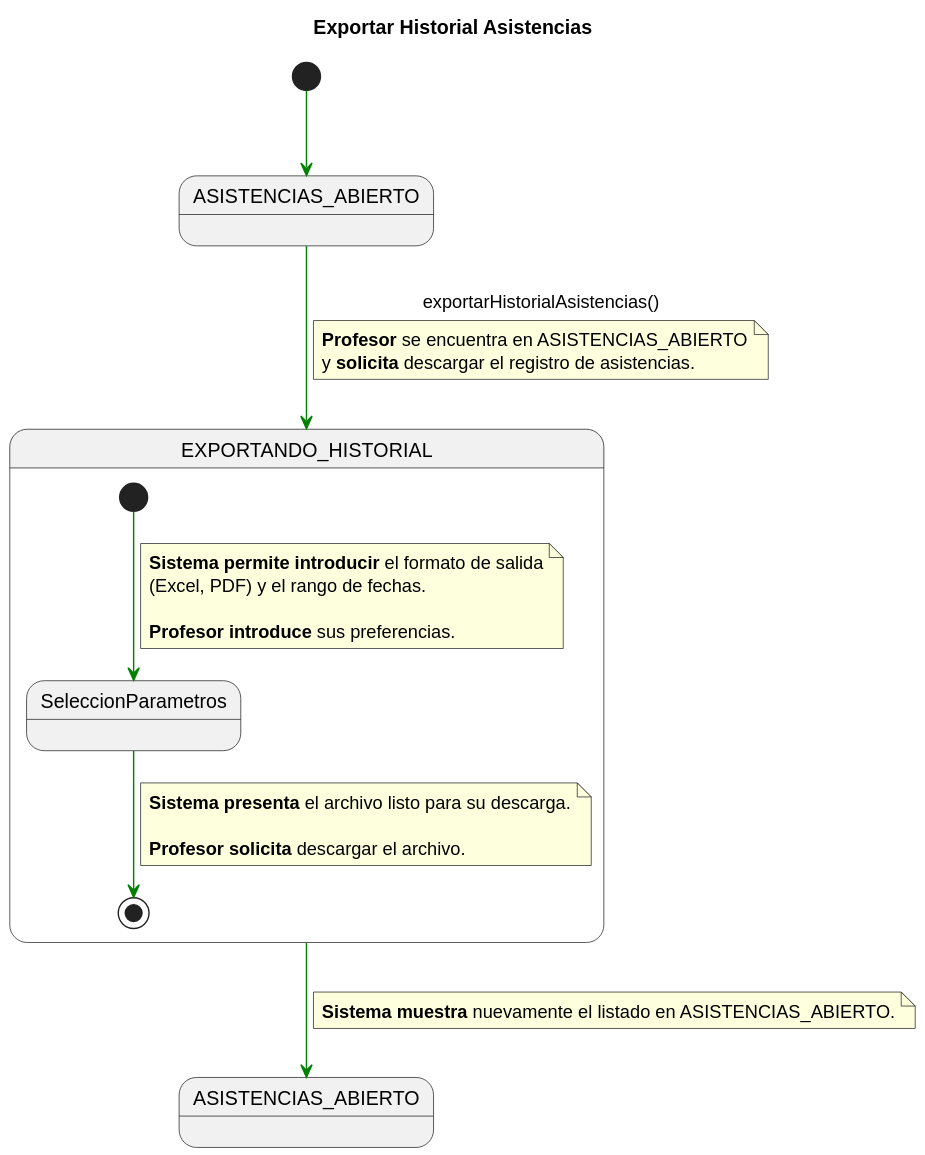
This is documents/CasosDeUso/DetalladoCasosDeUso/Profesor/exportarHistorialAsistencias.svg from enmabry/25-26-IdSw1-SdR, a PlantUML export, as it was before one commit.
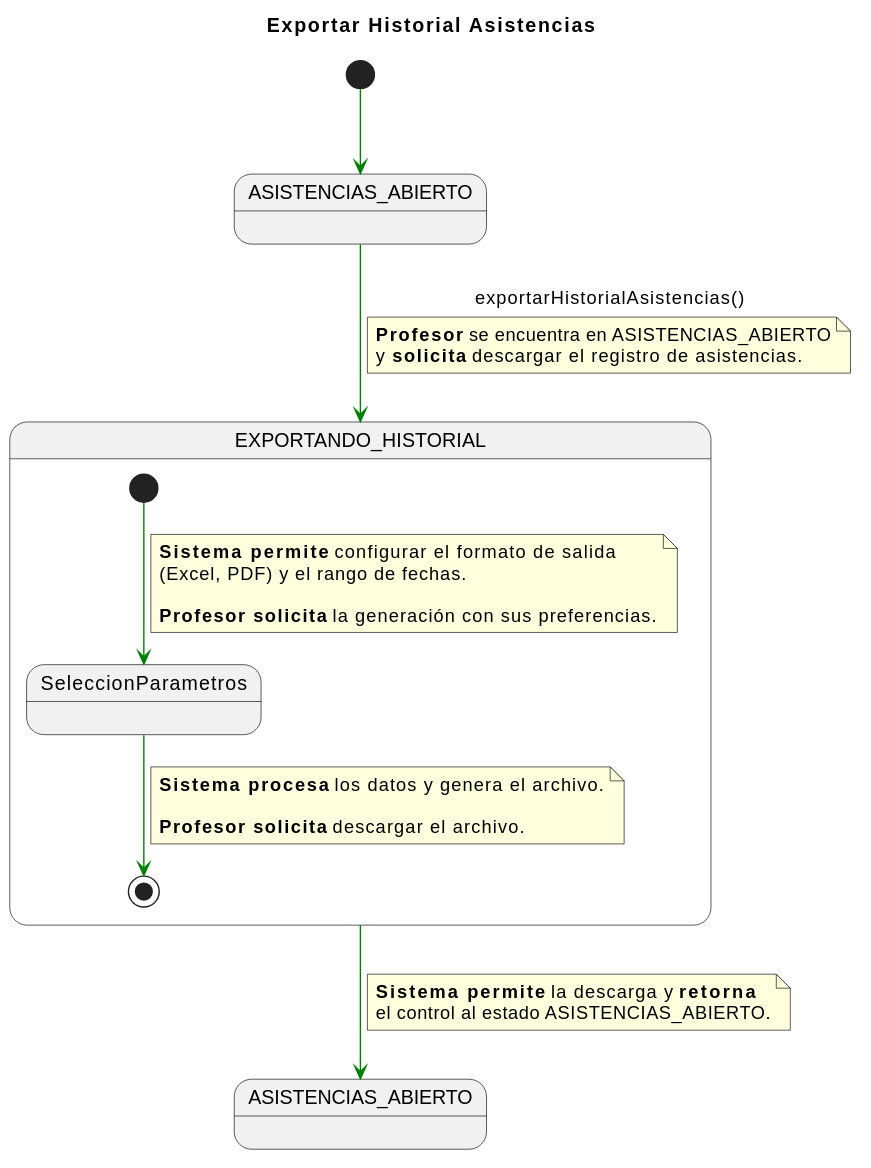
Later version of the same file.

Change to the diagram source:
```diff
@@ -20,15 +20,15 @@
 
     [*] -[#green]-> SeleccionParametros
     note on link
-    <b>Sistema permite introducir</b> el formato de salida
+    <b>Sistema permite</b> configurar el formato de salida
     (Excel, PDF) y el rango de fechas.
 
-    <b>Profesor introduce</b> sus preferencias.
+    <b>Profesor solicita</b> la generación con sus preferencias.
     end note
 
     SeleccionParametros -[#green]-> [*]
     note on link
-    <b>Sistema presenta</b> el archivo listo para su descarga.
+    <b>Sistema procesa</b> los datos y genera el archivo.
 
     <b>Profesor solicita</b> descargar el archivo.
     end note
@@ -36,6 +36,7 @@
 
 PROCESO_EXPORTACION_COMP -[#green]-> ASISTENCIAS_ABIERTO_FINAL
 note on link
-<b>Sistema muestra</b> nuevamente el listado en ASISTENCIAS_ABIERTO.
+<b>Sistema permite</b> la descarga y <b>retorna</b>
+el control al estado ASISTENCIAS_ABIERTO.
 end note
 @enduml
```
